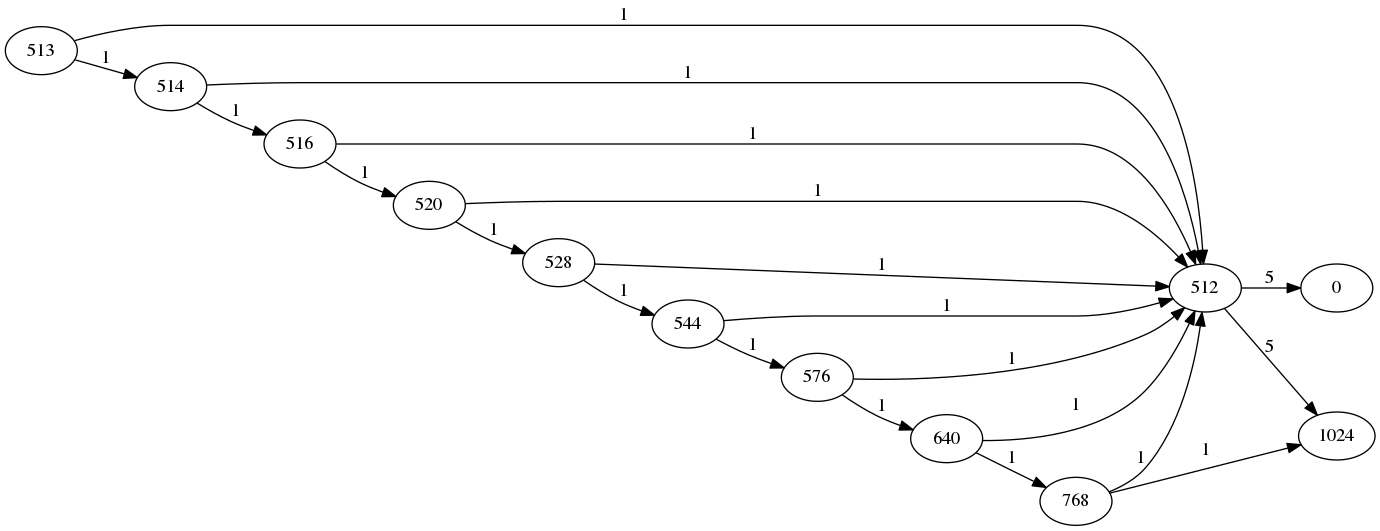
Earlier version of the Graphviz export GuiTool/image/DMRW/DMRWDot.png (iitramar/guiTool). Its source is kept beside it as GuiTool/image/DMRW/DMRWDot.dot. Source of this version:
```dot
digraph DMRW{
rankdir = LR;
513 [pos="6,23!"];
513 -> 512 [label="1"];
512 [pos="2,21!"];
512 -> 0 [label="5"];
0 [pos="2,19!"];
512 -> 1024 [label="5"];
1024 [pos="8,19!"];
513 -> 514 [label="1"];
514 [pos="8,21!"];
514 -> 512 [label="1"];
514 -> 516 [label="1"];
516 [pos="8,19!"];
516 -> 512 [label="1"];
516 -> 520 [label="1"];
520 [pos="8,17!"];
520 -> 512 [label="1"];
520 -> 528 [label="1"];
528 [pos="8,15!"];
528 -> 512 [label="1"];
528 -> 544 [label="1"];
544 [pos="8,13!"];
544 -> 512 [label="1"];
544 -> 576 [label="1"];
576 [pos="8,11!"];
576 -> 512 [label="1"];
576 -> 640 [label="1"];
640 [pos="8,9!"];
640 -> 512 [label="1"];
640 -> 768 [label="1"];
768 [pos="8,7!"];
768 -> 512 [label="1"];
768 -> 1024 [label="1"];
}
```
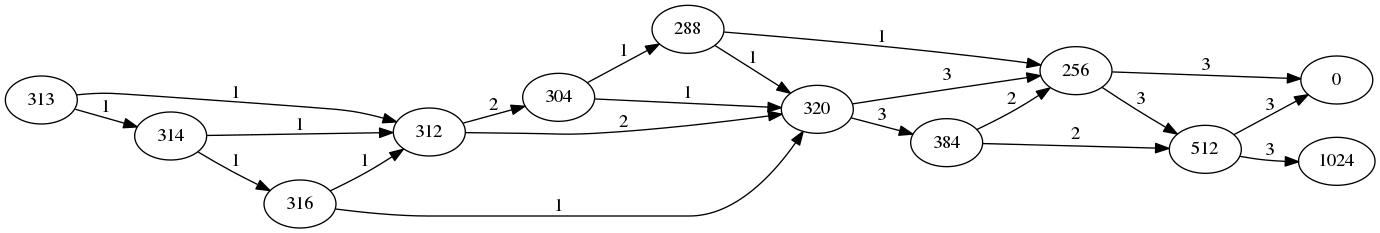
The same file after the commit.

Change to the diagram source:
```diff
@@ -1,35 +1,35 @@
 digraph DMRW{
 rankdir = LR;
-513 [pos="6,23!"];
-513 -> 512 [label="1"];
-512 [pos="2,21!"];
-512 -> 0 [label="5"];
-0 [pos="2,19!"];
-512 -> 1024 [label="5"];
-1024 [pos="8,19!"];
-513 -> 514 [label="1"];
-514 [pos="8,21!"];
-514 -> 512 [label="1"];
-514 -> 516 [label="1"];
-516 [pos="8,19!"];
-516 -> 512 [label="1"];
-516 -> 520 [label="1"];
-520 [pos="8,17!"];
-520 -> 512 [label="1"];
-520 -> 528 [label="1"];
-528 [pos="8,15!"];
-528 -> 512 [label="1"];
-528 -> 544 [label="1"];
-544 [pos="8,13!"];
-544 -> 512 [label="1"];
-544 -> 576 [label="1"];
-576 [pos="8,11!"];
-576 -> 512 [label="1"];
-576 -> 640 [label="1"];
-640 [pos="8,9!"];
-640 -> 512 [label="1"];
-640 -> 768 [label="1"];
-768 [pos="8,7!"];
-768 -> 512 [label="1"];
-768 -> 1024 [label="1"];
+313 [pos="6,23!"];
+313 -> 312 [label="1"];
+312 [pos="2,21!"];
+312 -> 304 [label="2"];
+304 [pos="2,19!"];
+304 -> 288 [label="1"];
+288 [pos="2,17!"];
+288 -> 256 [label="1"];
+256 [pos="2,15!"];
+256 -> 0 [label="3"];
+0 [pos="2,13!"];
+256 -> 512 [label="3"];
+512 [pos="8,13!"];
+512 -> 0 [label="3"];
+512 -> 1024 [label="3"];
+1024 [pos="8,11!"];
+288 -> 320 [label="1"];
+320 [pos="8,15!"];
+320 -> 256 [label="3"];
+320 -> 384 [label="3"];
+384 [pos="8,13!"];
+384 -> 256 [label="2"];
+384 -> 512 [label="2"];
+304 -> 320 [label="1"];
+312 -> 320 [label="2"];
+313 -> 314 [label="1"];
+314 [pos="8,21!"];
+314 -> 312 [label="1"];
+314 -> 316 [label="1"];
+316 [pos="8,19!"];
+316 -> 312 [label="1"];
+316 -> 320 [label="1"];
 }
```
